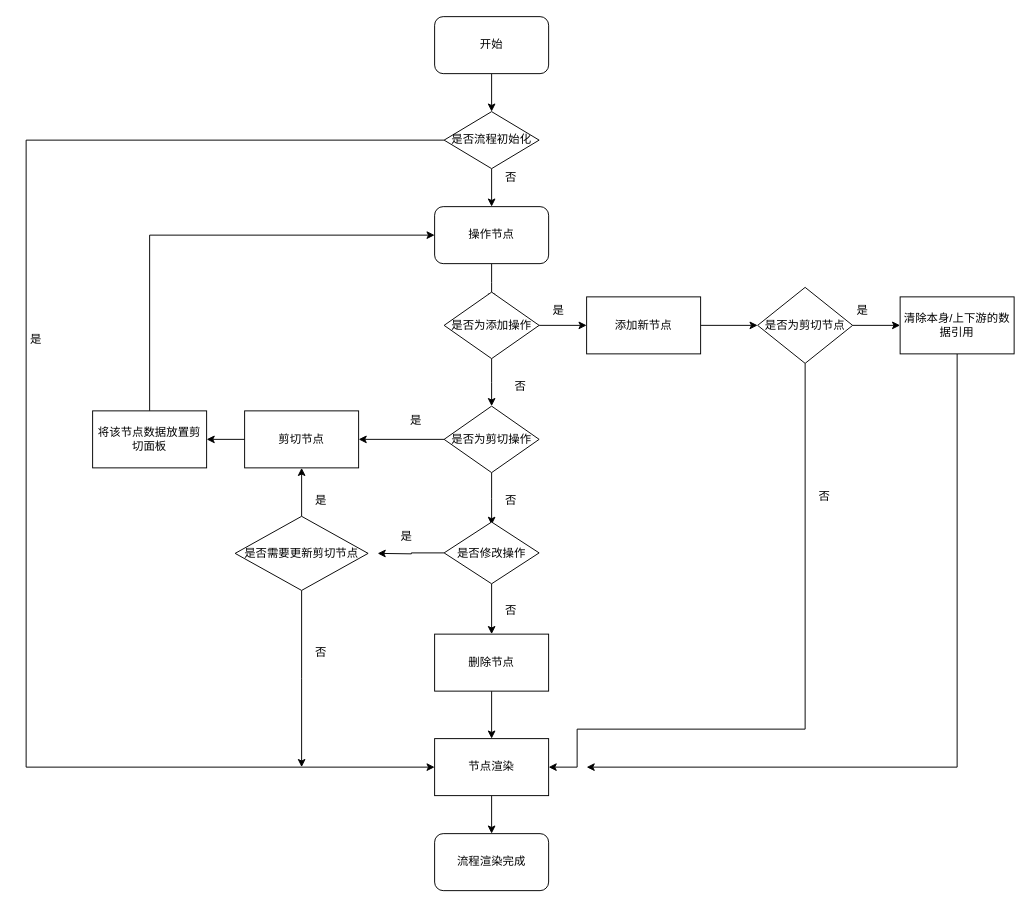
This is 移动节点流程.drawio from dlf9412/drawio-folder, a draw.io file, before an edit. Source tidied: cells renumbered, new cells numbered last; positions are measured from the earlier drawing's top-left corner, leaving out a move shared by most shapes. Both pictures are drawn from the tidied source at 95%, with x=0, y=0 at pixel (16, 16).
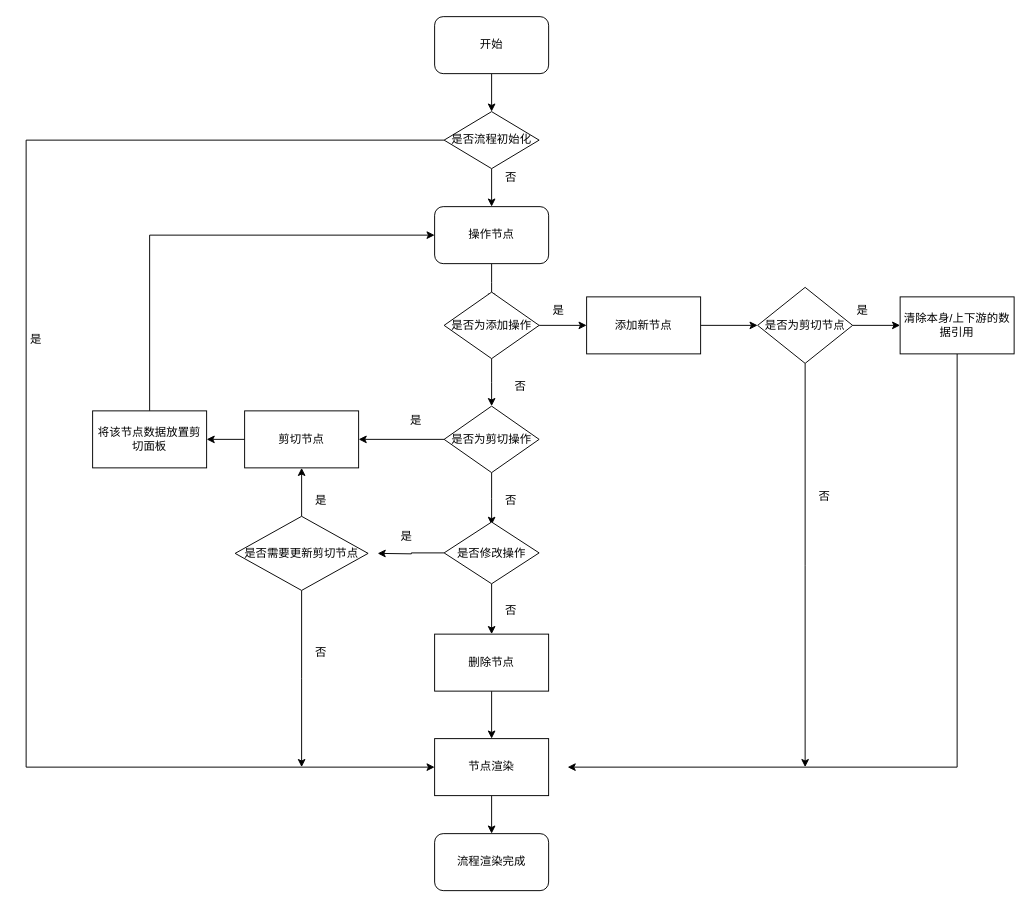
The same page after the edit.

Commit message (it also covers changes not shown here):
更新移动节点流程.drawio

The change refers to these unchanged cells:
```xml
<mxCell id="8" value="是否为剪切节点" style="rhombus;whiteSpace=wrap;html=1;rounded=0;" parent="1" vertex="1">
  <mxGeometry x="780" y="285" width="100" height="80" as="geometry" />
</mxCell>
<mxCell id="15" value="清除本身/上下游的数据引用" style="whiteSpace=wrap;html=1;rounded=0;" parent="1" vertex="1">
  <mxGeometry x="930" y="295" width="120" height="60" as="geometry" />
</mxCell>
<mxCell id="34" value="节点渲染" style="rounded=0;whiteSpace=wrap;html=1;" parent="1" vertex="1">
  <mxGeometry x="440" y="760" width="120" height="60" as="geometry" />
</mxCell>
```

What changed in the source:
```diff
@@
-    <mxCell id="6" style="edgeStyle=orthogonalEdgeStyle;rounded=0;jettySize=auto;html=1;entryX=1;entryY=0.5;entryDx=0;entryDy=0;" parent="1" edge="1" source="8" target="34">
-      <mxGeometry relative="1" as="geometry">
-        <Array as="points">
-          <mxPoint x="830" y="750" />
-          <mxPoint x="590" y="750" />
-          <mxPoint x="590" y="790" />
-        </Array>
-      </mxGeometry>
-    </mxCell>
@@
+    <mxCell id="49" style="edgeStyle=orthogonalEdgeStyle;rounded=0;jettySize=auto;html=1;" parent="1" edge="1" source="8">
+      <mxGeometry relative="1" as="geometry">
+        <mxPoint x="830" y="790" as="targetPoint" />
+      </mxGeometry>
+    </mxCell>
@@
     <mxCell id="14" style="edgeStyle=orthogonalEdgeStyle;rounded=0;jettySize=auto;html=1;" parent="1" edge="1" source="15">
       <mxGeometry relative="1" as="geometry">
-        <mxPoint x="600" y="790" as="targetPoint" />
+        <mxPoint x="580" y="790" as="targetPoint" />
         <Array as="points">
           <mxPoint x="990" y="790" />
         </Array>
       </mxGeometry>
     </mxCell>
```
